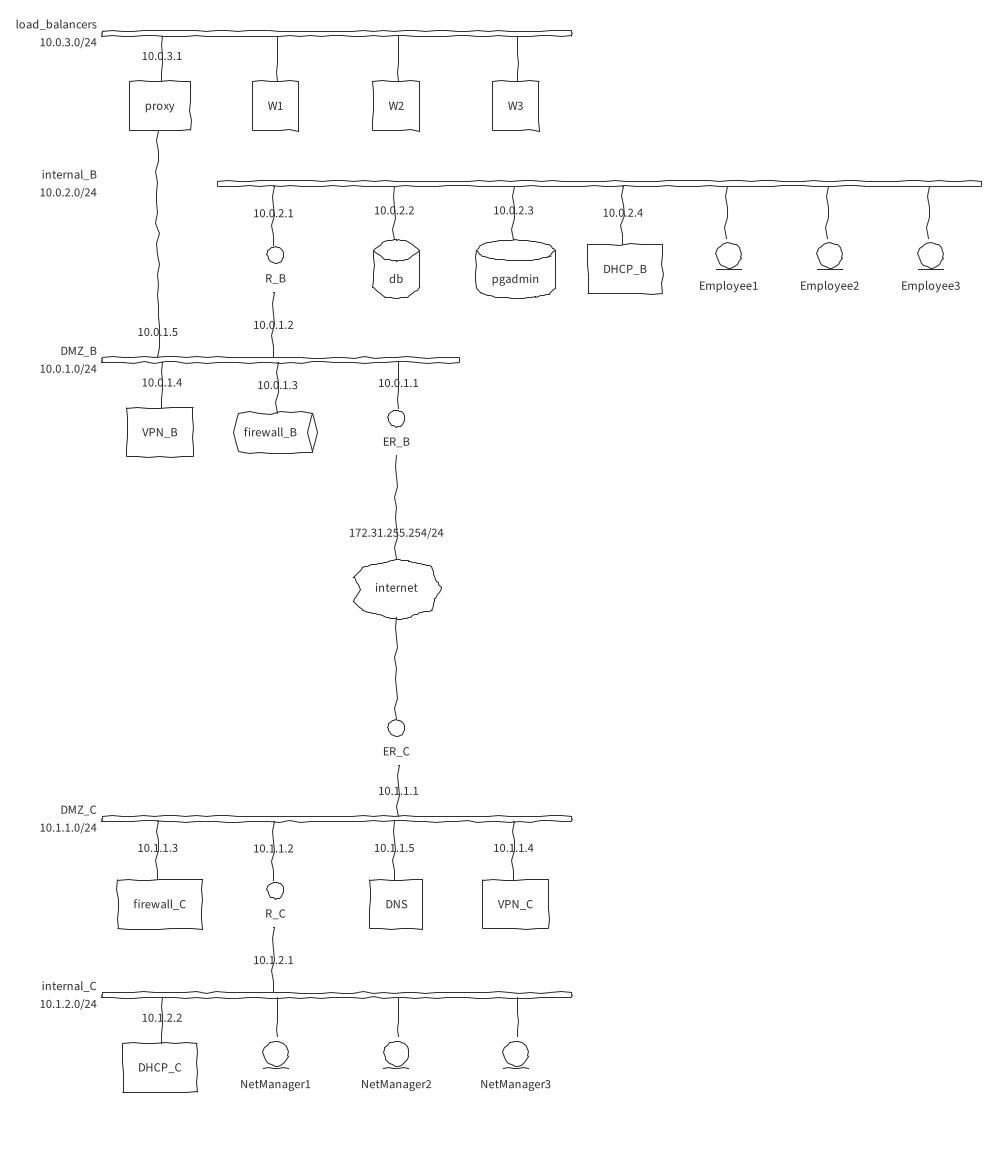
Before: proj/docs/grs.png, a diagram exported from PlantUML (joaolucasmartins/grs2022).
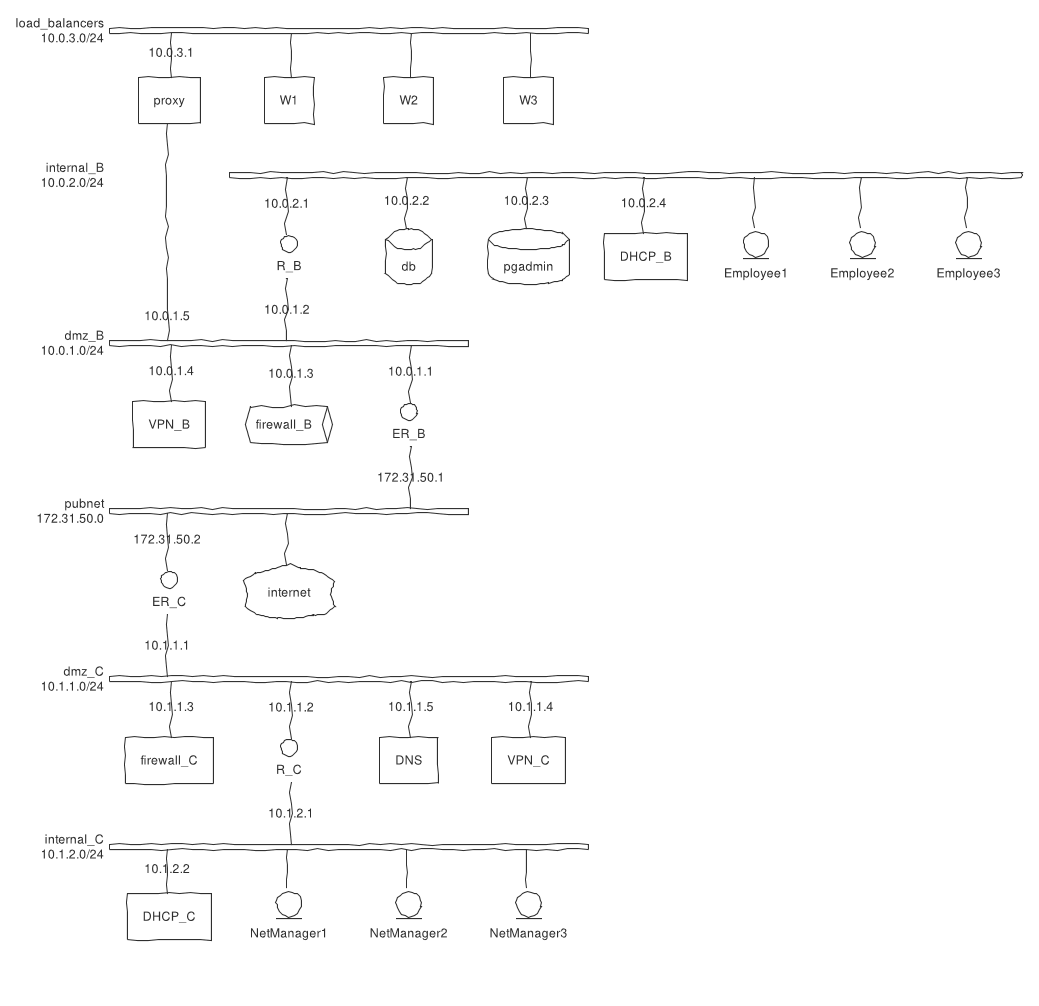
The same file after the commit.

What changed in the source:
```diff
@@ -21,7 +21,7 @@
     Employee3 [shape = entity]
   }
 
-  network DMZ_B {
+  network dmz_B {
     address = "10.0.1.0/24";
     proxy [shape = rectangle, address="10.0.1.5"];
     VPN_B [shape = rectangle, address="10.0.1.4"]
@@ -30,12 +30,15 @@
     R_B [shape = interface, address="10.0.1.2"];
   }
 
-  ER_B [shape = interface];
-  ER_B -- internet;
-  internet [shape = cloud, address=172.31.255.254/24];
-  internet -- ER_C;
+  network pubnet {
+    address = "172.31.50.0";
+    ER_B [shape = interface, address="172.31.50.1"];
+    ER_C [shape = interface, address="172.31.50.2"];
+    internet [shape = cloud];
+  }
 
-  network DMZ_C {
+
+  network dmz_C {
     address = "10.1.1.0/24";
     ER_C [shape = interface, address="10.1.1.1"]
     firewall_C [shape = queu, address="10.1.1.3"]
```
